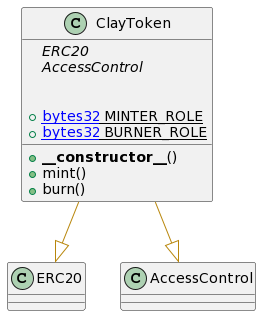
The PlantUML diagram uml-diagrams/Sumero Contracts UML/ClayToken.png in SumeroApp/sumero-contracts, before a commit.
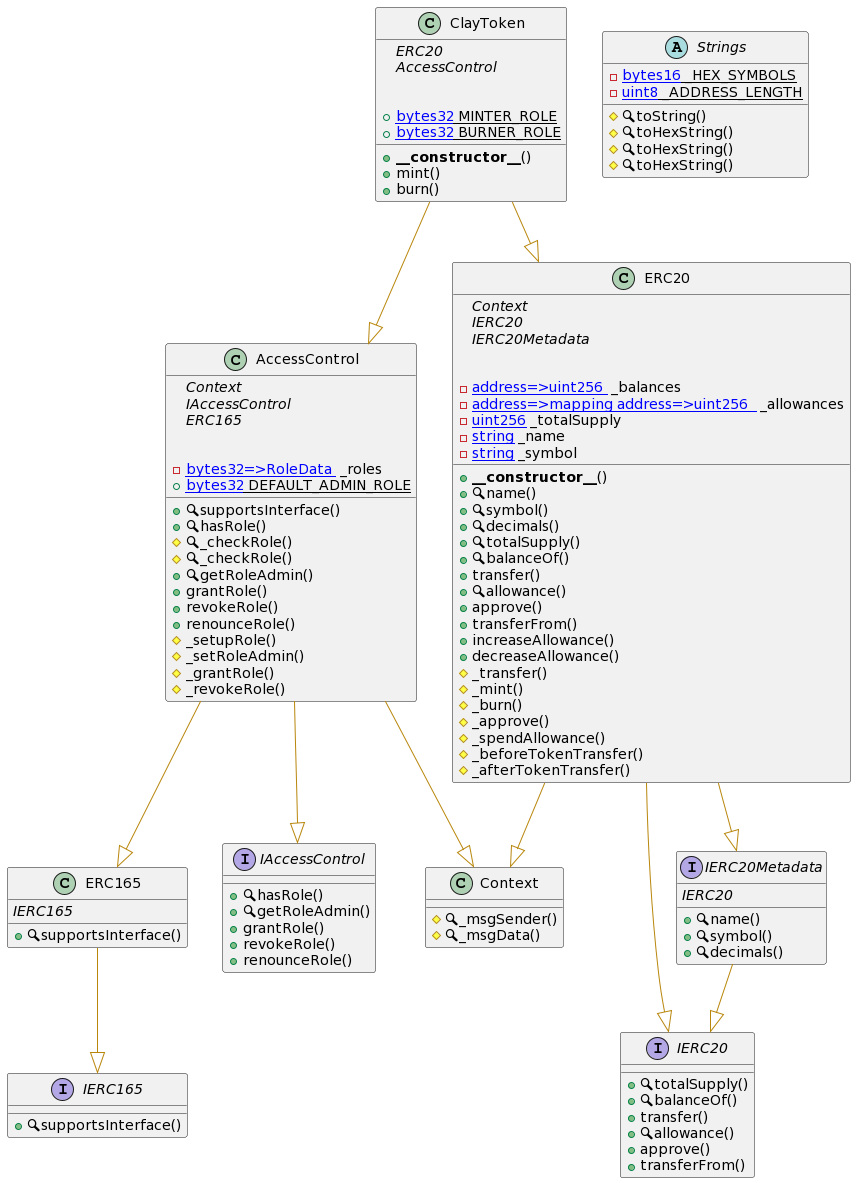
After the change.

What changed in the source:
```diff
@@ -2,6 +2,148 @@
 
 
 
+
+
+interface IERC165 {
+
+
+
+	+🔍supportsInterface()
+
+}
+
+
+class ERC165 {
+	{abstract}IERC165
+
+
+
+	+🔍supportsInterface()
+
+}
+
+
+abstract Strings {
+
+
+	-{static}[[bytes16]] _HEX_SYMBOLS
+	-{static}[[uint8]] _ADDRESS_LENGTH
+
+	#🔍toString()
+	#🔍toHexString()
+	#🔍toHexString()
+	#🔍toHexString()
+
+}
+
+
+class Context {
+
+
+
+	#🔍_msgSender()
+	#🔍_msgData()
+
+}
+
+
+interface IAccessControl {
+
+
+
+	+🔍hasRole()
+	+🔍getRoleAdmin()
+	+grantRole()
+	+revokeRole()
+	+renounceRole()
+
+}
+
+
+interface IERC20 {
+
+
+
+	+🔍totalSupply()
+	+🔍balanceOf()
+	+transfer()
+	+🔍allowance()
+	+approve()
+	+transferFrom()
+
+}
+
+
+interface IERC20Metadata {
+	{abstract}IERC20
+
+
+
+	+🔍name()
+	+🔍symbol()
+	+🔍decimals()
+
+}
+
+
+class AccessControl {
+	{abstract}Context
+	{abstract}IAccessControl
+	{abstract}ERC165
+
+
+	-[[mapping bytes32=>RoleData ]] _roles
+	+{static}[[bytes32]] DEFAULT_ADMIN_ROLE
+
+	+🔍supportsInterface()
+	+🔍hasRole()
+	#🔍_checkRole()
+	#🔍_checkRole()
+	+🔍getRoleAdmin()
+	+grantRole()
+	+revokeRole()
+	+renounceRole()
+	#_setupRole()
+	#_setRoleAdmin()
+	#_grantRole()
+	#_revokeRole()
+
+}
+
+
+class ERC20 {
+	{abstract}Context
+	{abstract}IERC20
+	{abstract}IERC20Metadata
+
+
+	-[[mapping address=>uint256 ]] _balances
+	-[[mapping address=>mapping address=>uint256  ]] _allowances
+	-[[uint256]] _totalSupply
+	-[[string]] _name
+	-[[string]] _symbol
+
+	+**__constructor__**()
+	+🔍name()
+	+🔍symbol()
+	+🔍decimals()
+	+🔍totalSupply()
+	+🔍balanceOf()
+	+transfer()
+	+🔍allowance()
+	+approve()
+	+transferFrom()
+	+increaseAllowance()
+	+decreaseAllowance()
+	#_transfer()
+	#_mint()
+	#_burn()
+	#_approve()
+	#_spendAllowance()
+	#_beforeTokenTransfer()
+	#_afterTokenTransfer()
+
+}
 
 
 class ClayToken {
@@ -17,6 +159,14 @@
 	+burn()
 
 }
+ERC165 --[#DarkGoldenRod]|> IERC165
+IERC20Metadata --[#DarkGoldenRod]|> IERC20
+AccessControl --[#DarkGoldenRod]|> Context
+AccessControl --[#DarkGoldenRod]|> IAccessControl
+AccessControl --[#DarkGoldenRod]|> ERC165
+ERC20 --[#DarkGoldenRod]|> Context
+ERC20 --[#DarkGoldenRod]|> IERC20
+ERC20 --[#DarkGoldenRod]|> IERC20Metadata
 ClayToken --[#DarkGoldenRod]|> ERC20
 ClayToken --[#DarkGoldenRod]|> AccessControl
 @enduml
```
